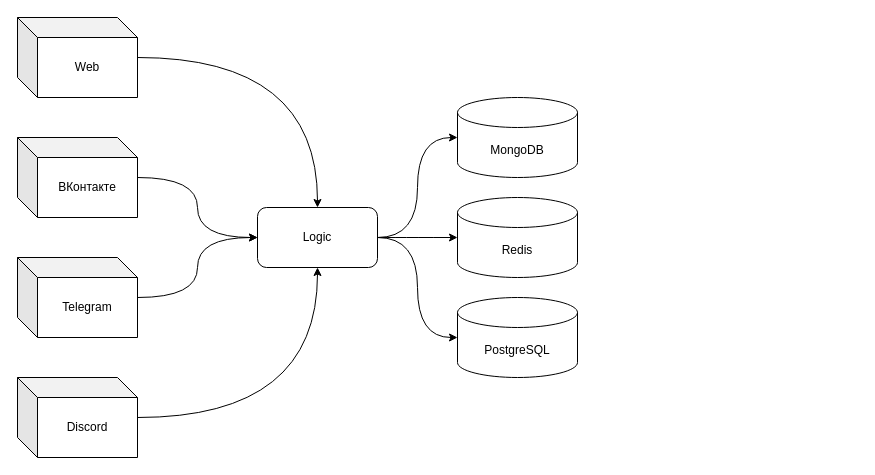
Earlier version of the draw.io diagram docs/microservices.drawio (ilyamixaltik/empire-future-nestjs). Source tidied: cells renumbered, new cells numbered last; positions are measured from the earlier drawing's top-left corner, leaving out a move shared by most shapes. Both pictures are drawn from the tidied source at 100%, with x=0, y=0 at pixel (17, 17).
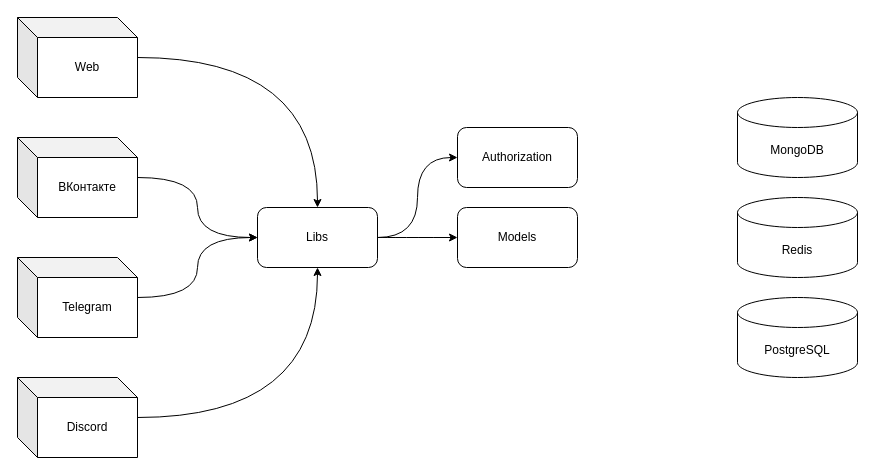
Above is the later version.

The edit, as a diff of the source:
```diff
@@
 <mxGraphModel>
   <root>
     <mxCell id="0" />
     <mxCell id="1" parent="0" />
     <mxCell id="2" style="edgeStyle=orthogonalEdgeStyle;curved=1;rounded=0;jettySize=auto;html=1;entryX=0;entryY=0.5;entryDx=0;entryDy=0;" parent="1" edge="1" source="3" target="13">
       <mxGeometry relative="1" as="geometry" />
     </mxCell>
     <mxCell id="3" value="ВКонтакте" style="shape=cube;whiteSpace=wrap;html=1;boundedLbl=1;backgroundOutline=1;darkOpacity=0.05;darkOpacity2=0.1;" parent="1" vertex="1">
       <mxGeometry y="120" width="120" height="80" as="geometry" />
     </mxCell>
     <mxCell id="4" style="edgeStyle=orthogonalEdgeStyle;curved=1;rounded=0;jettySize=auto;html=1;" parent="1" edge="1" source="5" target="13">
       <mxGeometry relative="1" as="geometry" />
     </mxCell>
     <mxCell id="5" value="Telegram" style="shape=cube;whiteSpace=wrap;html=1;boundedLbl=1;backgroundOutline=1;darkOpacity=0.05;darkOpacity2=0.1;" parent="1" vertex="1">
       <mxGeometry y="240" width="120" height="80" as="geometry" />
     </mxCell>
     <mxCell id="6" style="edgeStyle=orthogonalEdgeStyle;curved=1;rounded=0;jettySize=auto;html=1;" parent="1" edge="1" source="7" target="13">
       <mxGeometry relative="1" as="geometry" />
     </mxCell>
     <mxCell id="7" value="Discord" style="shape=cube;whiteSpace=wrap;html=1;boundedLbl=1;backgroundOutline=1;darkOpacity=0.05;darkOpacity2=0.1;" parent="1" vertex="1">
       <mxGeometry y="360" width="120" height="80" as="geometry" />
     </mxCell>
     <mxCell id="8" style="edgeStyle=orthogonalEdgeStyle;curved=1;rounded=0;jettySize=auto;html=1;" parent="1" edge="1" source="9" target="13">
       <mxGeometry relative="1" as="geometry" />
     </mxCell>
     <mxCell id="9" value="Web" style="shape=cube;whiteSpace=wrap;html=1;boundedLbl=1;backgroundOutline=1;darkOpacity=0.05;darkOpacity2=0.1;" parent="1" vertex="1">
       <mxGeometry width="120" height="80" as="geometry" />
     </mxCell>
-    <mxCell id="10" style="edgeStyle=orthogonalEdgeStyle;curved=1;rounded=0;jettySize=auto;html=1;entryX=0;entryY=0.5;entryDx=0;entryDy=0;entryPerimeter=0;" parent="1" edge="1" source="13" target="16">
-      <mxGeometry relative="1" as="geometry" />
-    </mxCell>
-    <mxCell id="11" style="edgeStyle=orthogonalEdgeStyle;curved=1;rounded=0;jettySize=auto;html=1;entryX=0;entryY=0.5;entryDx=0;entryDy=0;entryPerimeter=0;" parent="1" edge="1" source="13" target="15">
-      <mxGeometry relative="1" as="geometry" />
-    </mxCell>
-    <mxCell id="12" style="edgeStyle=orthogonalEdgeStyle;curved=1;rounded=0;jettySize=auto;html=1;entryX=0;entryY=0.5;entryDx=0;entryDy=0;entryPerimeter=0;" parent="1" edge="1" source="13" target="14">
-      <mxGeometry relative="1" as="geometry" />
-    </mxCell>
+    <mxCell id="17" style="edgeStyle=orthogonalEdgeStyle;curved=1;rounded=0;jettySize=auto;html=1;entryX=0;entryY=0.5;entryDx=0;entryDy=0;" parent="1" edge="1" source="13" target="19">
+      <mxGeometry relative="1" as="geometry" />
+    </mxCell>
+    <mxCell id="18" style="edgeStyle=orthogonalEdgeStyle;curved=1;rounded=0;jettySize=auto;html=1;entryX=0;entryY=0.5;entryDx=0;entryDy=0;" parent="1" edge="1" source="13" target="20">
+      <mxGeometry relative="1" as="geometry" />
+    </mxCell>
-    <mxCell id="13" value="Logic" style="rounded=1;whiteSpace=wrap;html=1;" parent="1" vertex="1">
+    <mxCell id="13" value="Libs" style="rounded=1;whiteSpace=wrap;html=1;" parent="1" vertex="1">
       <mxGeometry x="240" y="190" width="120" height="60" as="geometry" />
     </mxCell>
     <mxCell id="14" value="MongoDB" style="shape=cylinder3;whiteSpace=wrap;html=1;boundedLbl=1;backgroundOutline=1;size=15;" parent="1" vertex="1">
-      <mxGeometry x="440" y="80" width="120" height="80" as="geometry" />
+      <mxGeometry x="720" y="80" width="120" height="80" as="geometry" />
     </mxCell>
     <mxCell id="15" value="Redis" style="shape=cylinder3;whiteSpace=wrap;html=1;boundedLbl=1;backgroundOutline=1;size=15;" parent="1" vertex="1">
-      <mxGeometry x="440" y="180" width="120" height="80" as="geometry" />
+      <mxGeometry x="720" y="180" width="120" height="80" as="geometry" />
     </mxCell>
     <mxCell id="16" value="PostgreSQL" style="shape=cylinder3;whiteSpace=wrap;html=1;boundedLbl=1;backgroundOutline=1;size=15;" parent="1" vertex="1">
-      <mxGeometry x="440" y="280" width="120" height="80" as="geometry" />
+      <mxGeometry x="720" y="280" width="120" height="80" as="geometry" />
     </mxCell>
+    <mxCell id="19" value="Authorization" style="rounded=1;whiteSpace=wrap;html=1;" parent="1" vertex="1">
+      <mxGeometry x="440" y="110" width="120" height="60" as="geometry" />
+    </mxCell>
+    <mxCell id="20" value="Models" style="rounded=1;whiteSpace=wrap;html=1;" parent="1" vertex="1">
+      <mxGeometry x="440" y="190" width="120" height="60" as="geometry" />
+    </mxCell>
   </root>
 </mxGraphModel>
```
